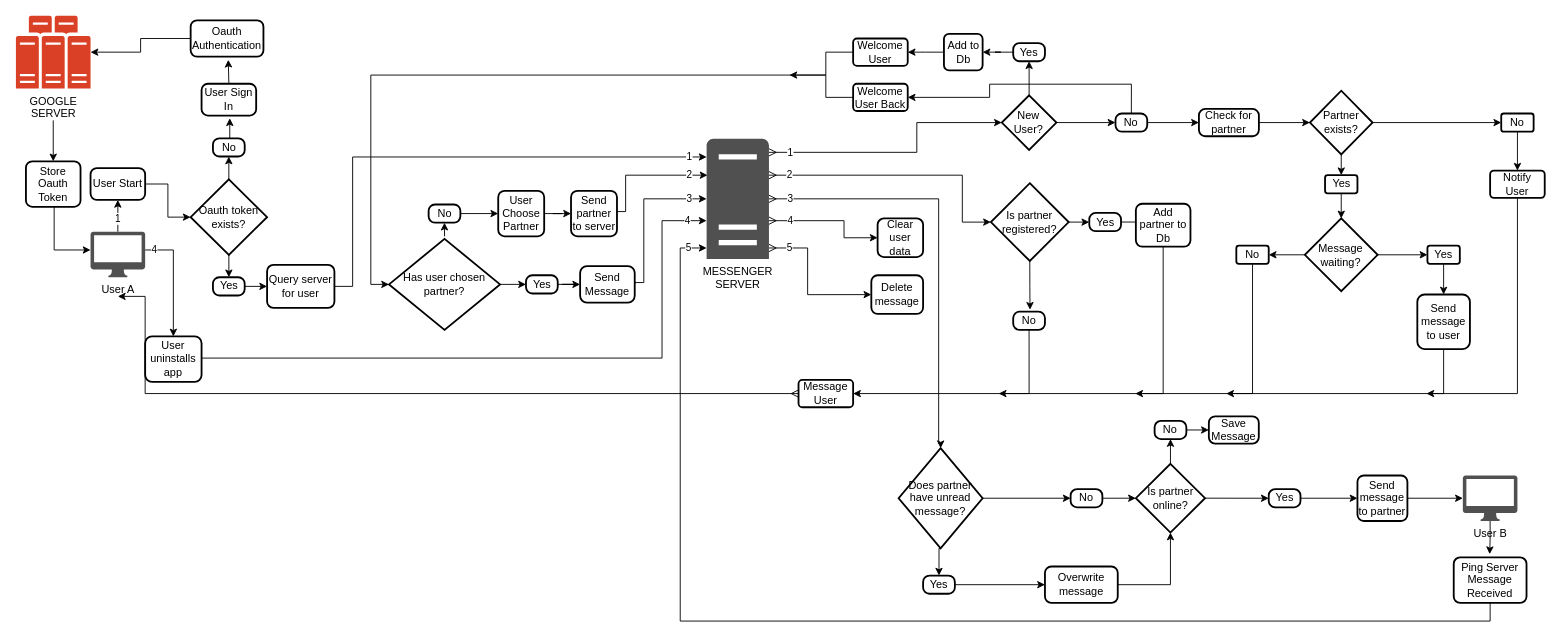
Before: mini_messenger_flowchart.drawio in gitupwithit/mini_messenger_extension, a draw.io diagram. Source tidied: cells renumbered, new cells numbered last; positions are measured from the earlier drawing's top-left corner, leaving out a move shared by most shapes. Both pictures are drawn from the tidied source at 91%, with x=0, y=0 at pixel (15, 15).
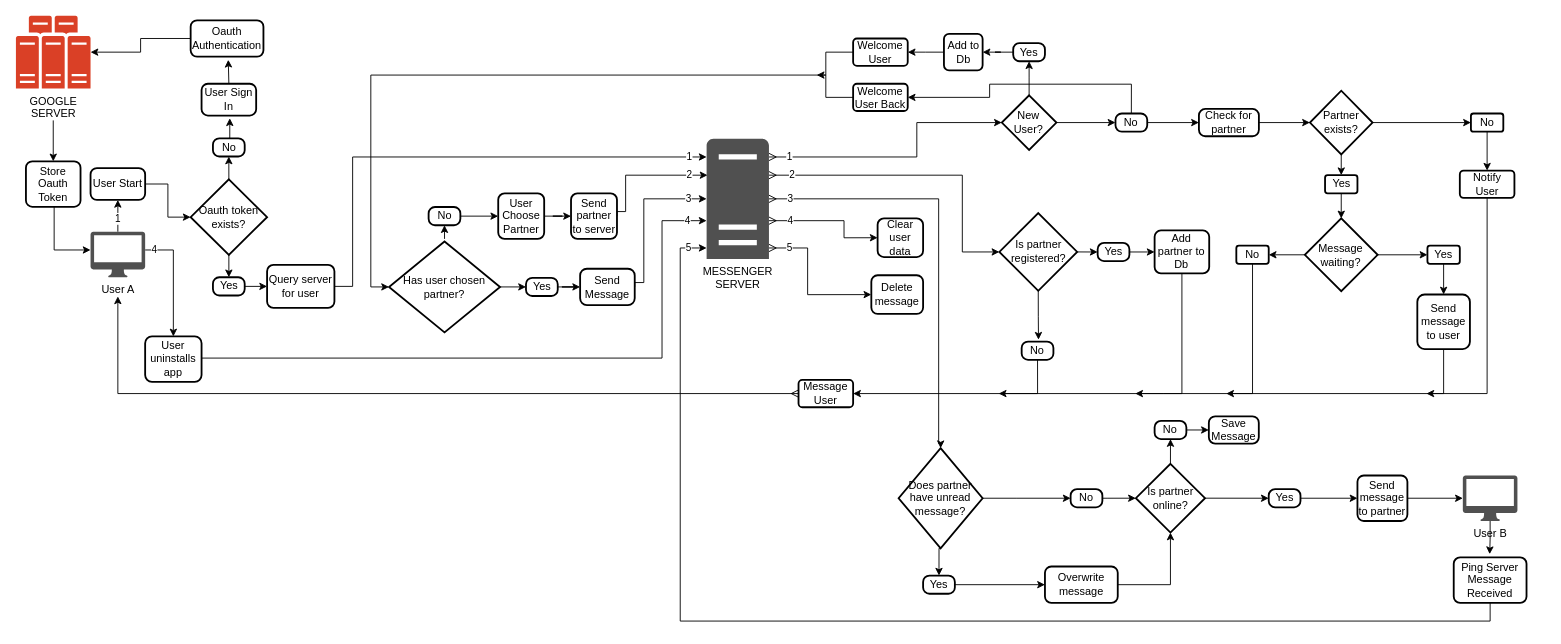
After the change.

The change refers to these unchanged cells:
```xml
<mxCell id="4" value="User A" style="sketch=0;shadow=0;dashed=0;html=1;strokeColor=none;fillColor=#505050;labelPosition=center;verticalLabelPosition=bottom;verticalAlign=top;outlineConnect=0;align=center;shape=mxgraph.office.devices.mac_client;points=[[0.02,0.06,0,0,0],[0.5,1,0,0,21]];" parent="1" vertex="1">
  <mxGeometry x="82" y="237.2" width="60" height="50" as="geometry" />
</mxCell>
<mxCell id="8" value="MESSENGER&lt;br&gt;SERVER" style="sketch=0;shadow=0;dashed=0;html=1;strokeColor=none;fillColor=#505050;labelPosition=center;verticalLabelPosition=bottom;verticalAlign=top;outlineConnect=0;align=center;shape=mxgraph.office.servers.server_generic;points=[[0.11,0.94,0,0,0],[0.5,1,0,0,34],[1,1,0,2,3]];" parent="1" vertex="1">
  <mxGeometry x="759" y="135" width="68.5" height="132" as="geometry" />
</mxCell>
<mxCell id="15" value="New User?" style="strokeWidth=2;html=1;shape=mxgraph.flowchart.decision;whiteSpace=wrap;" parent="1" vertex="1">
  <mxGeometry x="1083.4" y="87.2" width="60" height="60" as="geometry" />
</mxCell>
<mxCell id="26" value="Welcome&lt;div&gt;User&lt;/div&gt;" style="whiteSpace=wrap;html=1;rounded=1;arcSize=14;strokeWidth=2;" parent="1" vertex="1">
  <mxGeometry x="920" y="24.8" width="60" height="30" as="geometry" />
</mxCell>
<mxCell id="87" value="Message User" style="whiteSpace=wrap;html=1;rounded=1;arcSize=14;strokeWidth=2;" parent="1" vertex="1">
  <mxGeometry x="860" y="400" width="60" height="30" as="geometry" />
</mxCell>
<mxCell id="114" value="Welcome&lt;div&gt;User Back&lt;/div&gt;" style="whiteSpace=wrap;html=1;rounded=1;arcSize=14;strokeWidth=2;" parent="1" vertex="1">
  <mxGeometry x="920" y="74.5" width="60" height="30" as="geometry" />
</mxCell>
```

Diff of the diagram source:
```diff
@@
-    <mxCell id="6" value="1" style="edgeStyle=orthogonalEdgeStyle;rounded=0;jettySize=auto;html=1;jumpStyle=none;startArrow=ERmany;startFill=0;strokeWidth=1;shadow=0;entryX=0;entryY=0.5;entryDx=0;entryDy=0;entryPerimeter=0;" parent="1" edge="1" target="15">
-      <mxGeometry x="-0.84" relative="1" as="geometry">
-        <mxPoint x="827.5" y="149.9" as="sourcePoint" />
+    <mxCell id="6" value="1" style="edgeStyle=orthogonalEdgeStyle;rounded=0;jettySize=auto;html=1;jumpStyle=none;startArrow=ERmany;startFill=0;strokeWidth=1;shadow=0;entryX=0;entryY=0.5;entryDx=0;entryDy=0;entryPerimeter=0;" parent="1" edge="1" source="8" target="15">
+      <mxGeometry x="-0.85" relative="1" as="geometry">
         <Array as="points">
-          <mxPoint x="990" y="150" />
+          <mxPoint x="990" y="155" />
           <mxPoint x="990" y="117" />
         </Array>
       </mxGeometry>
     </mxCell>
@@
     <mxCell id="24" style="edgeStyle=orthogonalEdgeStyle;rounded=0;jettySize=auto;html=1;exitX=0;exitY=0.5;exitDx=0;exitDy=0;entryX=0.5;entryY=1;entryDx=0;entryDy=21;entryPerimeter=0;startArrow=ERmany;startFill=0;flowAnimation=1;" parent="1" edge="1" source="87" target="4">
       <mxGeometry relative="1" as="geometry">
         <Array as="points">
-          <mxPoint x="142" y="415" />
+          <mxPoint x="112" y="415" />
         </Array>
       </mxGeometry>
     </mxCell>
     <mxCell id="25" style="edgeStyle=orthogonalEdgeStyle;rounded=0;jettySize=auto;html=1;flowAnimation=1;entryX=0;entryY=0.5;entryDx=0;entryDy=0;entryPerimeter=0;exitX=0;exitY=0.5;exitDx=0;exitDy=0;" parent="1" edge="1" source="26" target="46">
       <mxGeometry relative="1" as="geometry">
         <Array as="points">
           <mxPoint x="890" y="40" />
           <mxPoint x="890" y="65" />
           <mxPoint x="390" y="65" />
-          <mxPoint x="390" y="295" />
+          <mxPoint x="390" y="298" />
+          <mxPoint x="410" y="298" />
         </Array>
       </mxGeometry>
     </mxCell>
@@
     <mxCell id="36" value="No" style="whiteSpace=wrap;html=1;rounded=1;arcSize=14;strokeWidth=2;" parent="1" vertex="1">
-      <mxGeometry x="1632.2" y="107.2" width="35.6" height="20" as="geometry" />
+      <mxGeometry x="1598.9" y="107.2" width="35.6" height="20" as="geometry" />
     </mxCell>
     <mxCell id="37" style="edgeStyle=orthogonalEdgeStyle;rounded=0;jettySize=auto;html=1;exitX=0.5;exitY=1;exitDx=0;exitDy=0;flowAnimation=1;" parent="1" edge="1" source="38">
       <mxGeometry relative="1" as="geometry">
         <mxPoint x="1550" y="415" as="targetPoint" />
         <Array as="points">
-          <mxPoint x="1650" y="415" />
+          <mxPoint x="1617" y="415" />
         </Array>
       </mxGeometry>
     </mxCell>
     <mxCell id="38" value="Notify&lt;div&gt;User&lt;/div&gt;" style="whiteSpace=wrap;html=1;rounded=1;arcSize=14;strokeWidth=2;" parent="1" vertex="1">
-      <mxGeometry x="1620" y="170" width="60" height="30" as="geometry" />
+      <mxGeometry x="1586.7" y="170" width="60" height="30" as="geometry" />
     </mxCell>
@@
     <mxCell id="44" style="edgeStyle=orthogonalEdgeStyle;rounded=0;jettySize=auto;html=1;exitX=0.5;exitY=0;exitDx=0;exitDy=0;exitPerimeter=0;entryX=0.5;entryY=1;entryDx=0;entryDy=0;" parent="1" edge="1" target="50">
       <mxGeometry relative="1" as="geometry">
-        <mxPoint x="471" y="242.2" as="sourcePoint" />
+        <mxPoint x="471" y="245" as="sourcePoint" />
       </mxGeometry>
     </mxCell>
@@
     <mxCell id="46" value="Has user chosen partner?" style="strokeWidth=2;html=1;shape=mxgraph.flowchart.decision;whiteSpace=wrap;" parent="1" vertex="1">
-      <mxGeometry x="410" y="245" width="122" height="100" as="geometry" />
+      <mxGeometry x="410" y="247.8" width="122" height="100" as="geometry" />
     </mxCell>
@@
     <mxCell id="48" value="Yes" style="rounded=1;whiteSpace=wrap;html=1;absoluteArcSize=1;arcSize=14;strokeWidth=2;" parent="1" vertex="1">
-      <mxGeometry x="560.5" y="285" width="34.9" height="20" as="geometry" />
+      <mxGeometry x="560.5" y="287.8" width="34.9" height="20" as="geometry" />
     </mxCell>
@@
     <mxCell id="50" value="No" style="rounded=1;whiteSpace=wrap;html=1;absoluteArcSize=1;arcSize=14;strokeWidth=2;" parent="1" vertex="1">
-      <mxGeometry x="453.5" y="207.2" width="34.9" height="20" as="geometry" />
+      <mxGeometry x="453.5" y="210" width="34.9" height="20" as="geometry" />
     </mxCell>
@@
     <mxCell id="52" value="User Choose Partner" style="rounded=1;whiteSpace=wrap;html=1;absoluteArcSize=1;arcSize=14;strokeWidth=2;" parent="1" vertex="1">
-      <mxGeometry x="530" y="192.2" width="50.5" height="50" as="geometry" />
+      <mxGeometry x="530" y="195" width="50.5" height="50" as="geometry" />
     </mxCell>
@@
     <mxCell id="54" value="Send&lt;div&gt;partner to server&lt;/div&gt;" style="rounded=1;whiteSpace=wrap;html=1;absoluteArcSize=1;arcSize=14;strokeWidth=2;" parent="1" vertex="1">
-      <mxGeometry x="610" y="192.2" width="50.5" height="50" as="geometry" />
+      <mxGeometry x="610" y="195" width="50.5" height="50" as="geometry" />
     </mxCell>
@@
     <mxCell id="56" value="&lt;span style=&quot;background-color: initial;&quot;&gt;Is partner registered?&lt;/span&gt;" style="strokeWidth=2;html=1;shape=mxgraph.flowchart.decision;whiteSpace=wrap;" parent="1" vertex="1">
-      <mxGeometry x="1071.4" y="183.8" width="85.5" height="85.5" as="geometry" />
+      <mxGeometry x="1080.7" y="216.6" width="85.5" height="85.5" as="geometry" />
     </mxCell>
     <mxCell id="57" value="2" style="edgeStyle=orthogonalEdgeStyle;rounded=0;jettySize=auto;html=1;entryX=0;entryY=0.5;entryDx=0;entryDy=0;entryPerimeter=0;startArrow=ERmany;startFill=0;" parent="1" edge="1" source="8" target="56">
       <mxGeometry x="-0.85" relative="1" as="geometry">
         <Array as="points">
           <mxPoint x="1040" y="175" />
-          <mxPoint x="1040" y="227" />
+          <mxPoint x="1040" y="259" />
+          <mxPoint x="1081" y="259" />
         </Array>
       </mxGeometry>
     </mxCell>
@@
     <mxCell id="59" value="Yes" style="rounded=1;whiteSpace=wrap;html=1;absoluteArcSize=1;arcSize=14;strokeWidth=2;" parent="1" vertex="1">
-      <mxGeometry x="1179.5" y="216.5" width="34.9" height="20" as="geometry" />
+      <mxGeometry x="1188.7" y="249.4" width="34.9" height="20" as="geometry" />
     </mxCell>
     <mxCell id="60" style="edgeStyle=orthogonalEdgeStyle;rounded=0;jettySize=auto;html=1;exitX=0.5;exitY=1;exitDx=0;exitDy=0;entryX=1;entryY=0.5;entryDx=0;entryDy=0;flowAnimation=1;" parent="1" edge="1" source="61" target="87">
       <mxGeometry relative="1" as="geometry">
         <Array as="points">
-          <mxPoint x="1113" y="415" />
+          <mxPoint x="1123" y="415" />
         </Array>
       </mxGeometry>
     </mxCell>
     <mxCell id="61" value="No" style="rounded=1;whiteSpace=wrap;html=1;absoluteArcSize=1;arcSize=14;strokeWidth=2;" parent="1" vertex="1">
-      <mxGeometry x="1095.9" y="325" width="34.9" height="20" as="geometry" />
+      <mxGeometry x="1105.2" y="357.9" width="34.9" height="20" as="geometry" />
     </mxCell>
@@
     <mxCell id="64" value="Add partner to Db" style="rounded=1;whiteSpace=wrap;html=1;absoluteArcSize=1;arcSize=14;strokeWidth=2;" parent="1" vertex="1">
-      <mxGeometry x="1230.7" y="206.4" width="60" height="47.2" as="geometry" />
+      <mxGeometry x="1251.3" y="235.7" width="60" height="47.2" as="geometry" />
     </mxCell>
@@
     <mxCell id="66" value="Send Message" style="rounded=1;whiteSpace=wrap;html=1;absoluteArcSize=1;arcSize=15;strokeWidth=2;" parent="1" vertex="1">
-      <mxGeometry x="620" y="275" width="60" height="40" as="geometry" />
+      <mxGeometry x="620" y="277.8" width="60" height="40" as="geometry" />
     </mxCell>
@@
     <mxCell id="113" style="edgeStyle=orthogonalEdgeStyle;rounded=0;jettySize=auto;html=1;exitX=0;exitY=0.5;exitDx=0;exitDy=0;flowAnimation=1;" parent="1" edge="1" source="114">
       <mxGeometry relative="1" as="geometry">
-        <mxPoint x="850" y="65" as="targetPoint" />
+        <mxPoint x="880" y="65" as="targetPoint" />
         <Array as="points">
           <mxPoint x="890" y="90" />
           <mxPoint x="890" y="65" />
-          <mxPoint x="860" y="65" />
         </Array>
       </mxGeometry>
     </mxCell>
```
